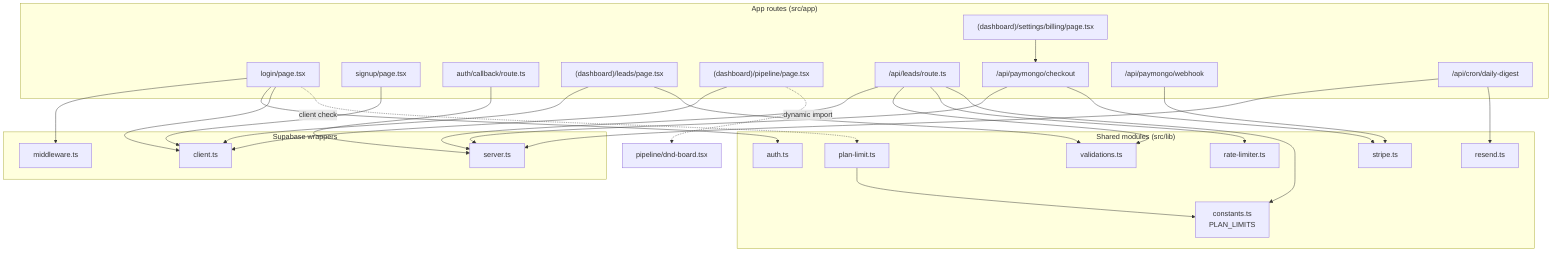
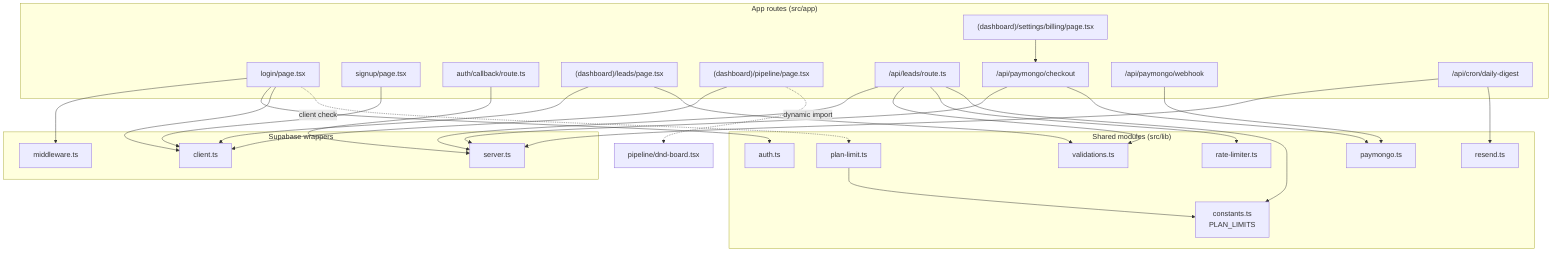
flowchart TD
    subgraph routes["App routes (src/app)"]
        Login["login/page.tsx"]
        Signup["signup/page.tsx"]
        CB["auth/callback/route.ts"]
        Leads["(dashboard)/leads/page.tsx"]
        Pipeline["(dashboard)/pipeline/page.tsx"]
        Billing["(dashboard)/settings/billing/page.tsx"]
        ApiLeads["/api/leads/route.ts"]
        ApiPayMongo["/api/paymongo/checkout"]
        ApiWH["/api/paymongo/webhook"]
        ApiCron["/api/cron/daily-digest"]
    end

    subgraph shared["Shared modules (src/lib)"]
        Auth[auth.ts]
        Valid[validations.ts]
        RL[rate-limiter.ts]
-         PayMongoLib[stripe.ts]
+         PayMongoLib[paymongo.ts]
        ResendLib[resend.ts]
        Constants[constants.ts<br/>PLAN_LIMITS]
        PlanLimit[plan-limit.ts]
    end

    subgraph supa["Supabase wrappers"]
        SBC[client.ts]
        SBS[server.ts]
        SBM[middleware.ts]
    end

    Login --> SBM
    Login --> Auth
    Login --> SBC
    Signup --> SBC
    CB --> SBS
    Leads --> SBC
    Leads --> Valid
    Pipeline --> SBC
    Pipeline -.->|dynamic import| DndBoard[pipeline/dnd-board.tsx]

    ApiLeads --> SBS
    ApiLeads --> Valid
    ApiLeads --> RL
    ApiLeads --> Constants

    Billing --> ApiPayMongo
    ApiPayMongo --> SBS
    ApiPayMongo --> PayMongoLib
    ApiWH --> PayMongoLib
    ApiCron --> SBS
    ApiCron --> ResendLib

    PlanLimit --> Constants
    Login -.->|client check| PlanLimit